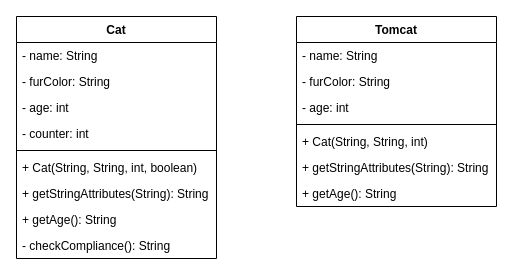
Before: page "Cat-Tomcat" (3 of 3) of klassendiagramm.drawio in GamingPirat/03a_Klassen_Objekte_3, a draw.io diagram. Source tidied: cells renumbered, new cells numbered last; positions are measured from the earlier drawing's top-left corner, leaving out a move shared by most shapes. Both pictures are drawn from the tidied source at 100%, with x=0, y=0 at pixel (16, 16).
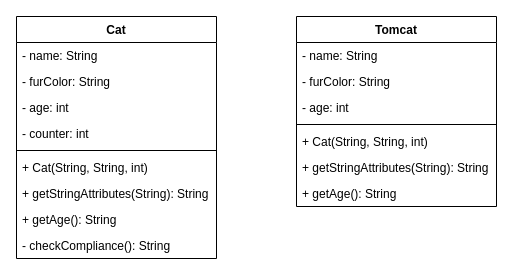
After the change.

Change to the diagram source:
```diff
@@
 <mxGraphModel>
   <root>
     <mxCell id="0" />
     <mxCell id="1" parent="0" />
     <mxCell id="2" value="Cat" style="swimlane;fontStyle=1;align=center;verticalAlign=top;horizontal=1;startSize=26;" parent="1" vertex="1">
       <mxGeometry width="200" height="242" as="geometry" />
     </mxCell>
     <mxCell id="3" value="- name: String" style="text;strokeColor=none;fillColor=none;align=left;verticalAlign=top;spacingLeft=4;spacingRight=4;overflow=hidden;" parent="2" vertex="1">
       <mxGeometry y="26" width="200" height="26" as="geometry" />
     </mxCell>
     <mxCell id="4" value="- furColor: String" style="text;strokeColor=none;fillColor=none;align=left;verticalAlign=top;spacingLeft=4;spacingRight=4;overflow=hidden;" parent="2" vertex="1">
       <mxGeometry y="52" width="200" height="26" as="geometry" />
     </mxCell>
     <mxCell id="5" value="- age: int" style="text;strokeColor=none;fillColor=none;align=left;verticalAlign=top;spacingLeft=4;spacingRight=4;overflow=hidden;" parent="2" vertex="1">
       <mxGeometry y="78" width="200" height="26" as="geometry" />
     </mxCell>
     <mxCell id="6" value="- counter: int" style="text;strokeColor=none;fillColor=none;align=left;verticalAlign=top;spacingLeft=4;spacingRight=4;overflow=hidden;" parent="2" vertex="1">
       <mxGeometry y="104" width="200" height="26" as="geometry" />
     </mxCell>
     <mxCell id="7" style="line;strokeWidth=1;fillColor=none;align=left;verticalAlign=middle;spacingTop=-1;spacingLeft=3;spacingRight=3;labelPosition=right;strokeColor=inherit;" parent="2" vertex="1">
       <mxGeometry y="130" width="200" height="8" as="geometry" />
     </mxCell>
-    <mxCell id="8" value="+ Cat(String, String, int, boolean)" style="text;strokeColor=none;fillColor=none;align=left;verticalAlign=top;spacingLeft=4;spacingRight=4;overflow=hidden;" parent="2" vertex="1">
+    <mxCell id="8" value="+ Cat(String, String, int)" style="text;strokeColor=none;fillColor=none;align=left;verticalAlign=top;spacingLeft=4;spacingRight=4;overflow=hidden;" parent="2" vertex="1">
       <mxGeometry y="138" width="200" height="26" as="geometry" />
     </mxCell>
     <mxCell id="9" value="+ getStringAttributes(String): String" style="text;strokeColor=none;fillColor=none;align=left;verticalAlign=top;spacingLeft=4;spacingRight=4;overflow=hidden;" parent="2" vertex="1">
       <mxGeometry y="164" width="200" height="26" as="geometry" />
     </mxCell>
     <mxCell id="10" value="+ getAge(): String" style="text;strokeColor=none;fillColor=none;align=left;verticalAlign=top;spacingLeft=4;spacingRight=4;overflow=hidden;" parent="2" vertex="1">
       <mxGeometry y="190" width="200" height="26" as="geometry" />
     </mxCell>
     <mxCell id="11" value="- checkCompliance(): String" style="text;strokeColor=none;fillColor=none;align=left;verticalAlign=top;spacingLeft=4;spacingRight=4;overflow=hidden;" parent="2" vertex="1">
       <mxGeometry y="216" width="200" height="26" as="geometry" />
     </mxCell>
     <mxCell id="12" value="Tomcat" style="swimlane;fontStyle=1;align=center;verticalAlign=top;horizontal=1;startSize=26;" parent="1" vertex="1">
       <mxGeometry x="280" width="200" height="190" as="geometry" />
     </mxCell>
     <mxCell id="13" value="- name: String" style="text;strokeColor=none;fillColor=none;align=left;verticalAlign=top;spacingLeft=4;spacingRight=4;overflow=hidden;" parent="12" vertex="1">
       <mxGeometry y="26" width="200" height="26" as="geometry" />
     </mxCell>
     <mxCell id="14" value="- furColor: String" style="text;strokeColor=none;fillColor=none;align=left;verticalAlign=top;spacingLeft=4;spacingRight=4;overflow=hidden;" parent="12" vertex="1">
       <mxGeometry y="52" width="200" height="26" as="geometry" />
     </mxCell>
     <mxCell id="15" value="- age: int" style="text;strokeColor=none;fillColor=none;align=left;verticalAlign=top;spacingLeft=4;spacingRight=4;overflow=hidden;" parent="12" vertex="1">
       <mxGeometry y="78" width="200" height="26" as="geometry" />
     </mxCell>
     <mxCell id="16" style="line;strokeWidth=1;fillColor=none;align=left;verticalAlign=middle;spacingTop=-1;spacingLeft=3;spacingRight=3;labelPosition=right;strokeColor=inherit;" parent="12" vertex="1">
       <mxGeometry y="104" width="200" height="8" as="geometry" />
     </mxCell>
     <mxCell id="17" value="+ Cat(String, String, int)" style="text;strokeColor=none;fillColor=none;align=left;verticalAlign=top;spacingLeft=4;spacingRight=4;overflow=hidden;" parent="12" vertex="1">
       <mxGeometry y="112" width="200" height="26" as="geometry" />
     </mxCell>
     <mxCell id="18" value="+ getStringAttributes(String): String" style="text;strokeColor=none;fillColor=none;align=left;verticalAlign=top;spacingLeft=4;spacingRight=4;overflow=hidden;" parent="12" vertex="1">
       <mxGeometry y="138" width="200" height="26" as="geometry" />
     </mxCell>
     <mxCell id="19" value="+ getAge(): String" style="text;strokeColor=none;fillColor=none;align=left;verticalAlign=top;spacingLeft=4;spacingRight=4;overflow=hidden;" parent="12" vertex="1">
       <mxGeometry y="164" width="200" height="26" as="geometry" />
     </mxCell>
   </root>
 </mxGraphModel>
```
